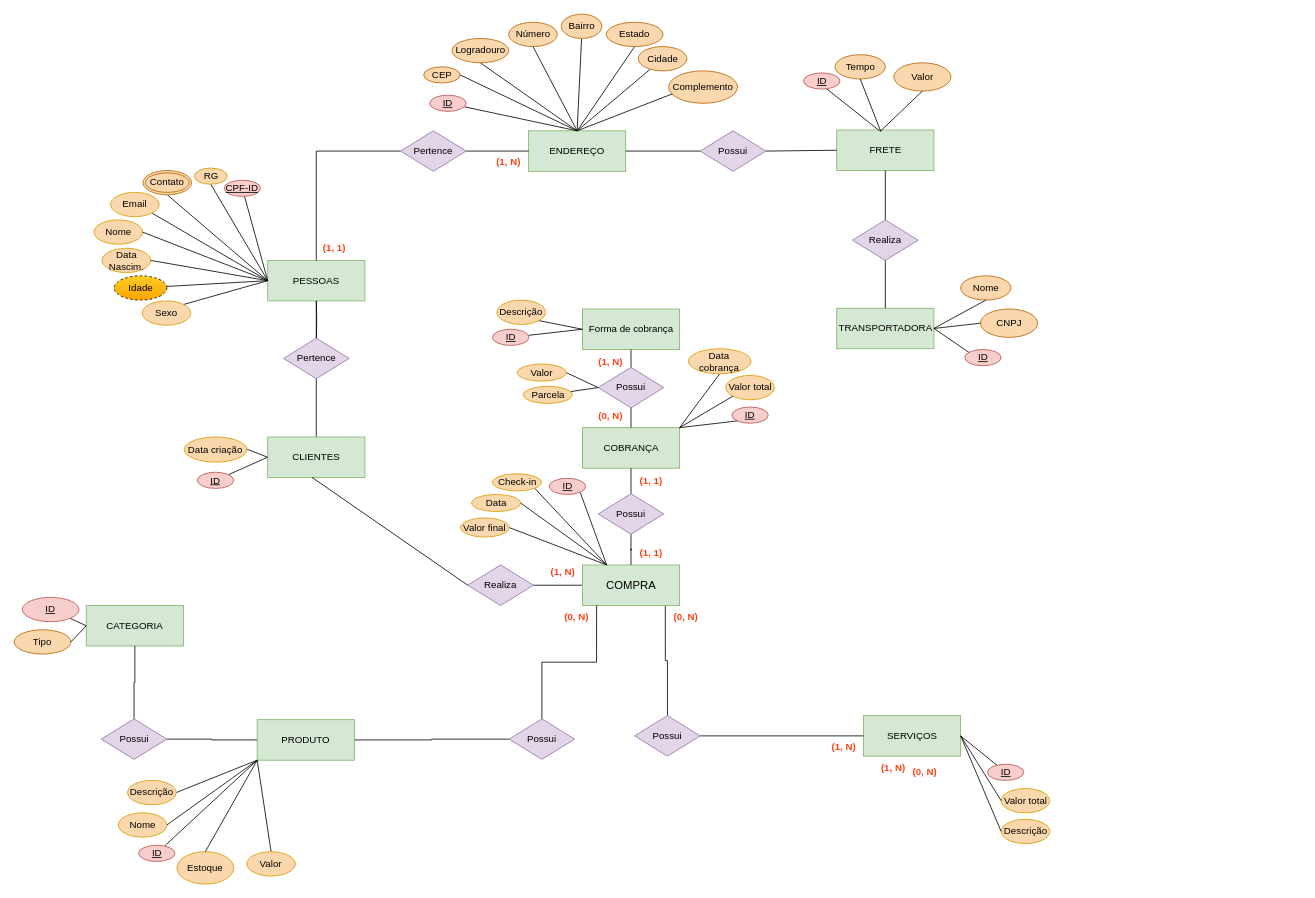
The draw.io diagram Potian.drawio in JoaoVAntunes/PotianDatabase, before the edit. Source tidied: cells renumbered, new cells numbered last; positions are measured from the earlier drawing's top-left corner, leaving out a move shared by most shapes. Both pictures are drawn from the tidied source at 81%, with x=0, y=0 at pixel (14, 14).
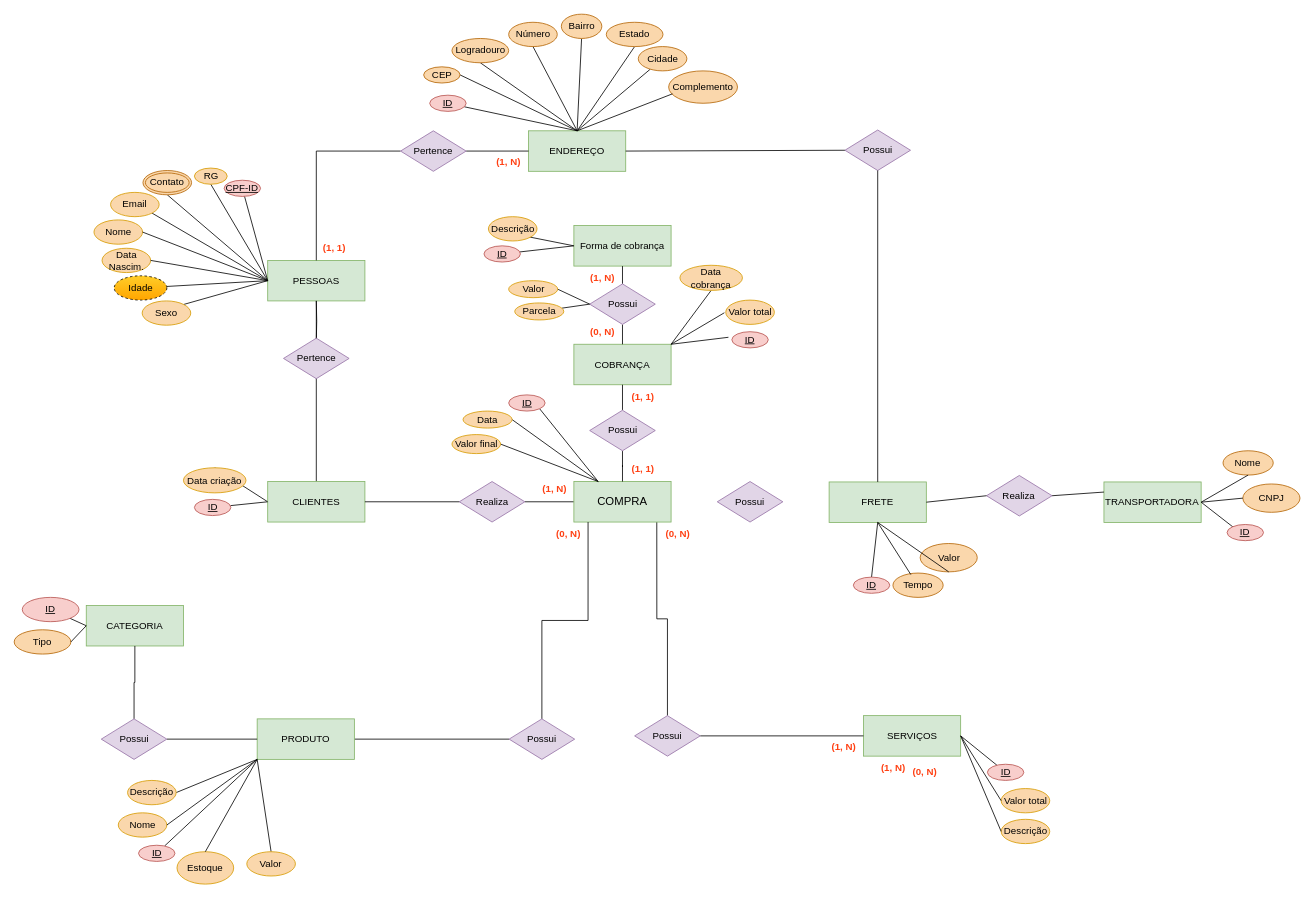
Above is the later version.

The edit, as a diff of the source:
```diff
@@
     <mxCell id="35" value="CLIENTES" style="rounded=0;whiteSpace=wrap;html=1;fillColor=#d5e8d4;strokeColor=#82b366;" parent="1" vertex="1">
-      <mxGeometry x="313" y="522" width="120" height="50" as="geometry" />
+      <mxGeometry x="313" y="577" width="120" height="50" as="geometry" />
     </mxCell>
@@
     <mxCell id="38" value="PRODUTO" style="rounded=0;whiteSpace=wrap;html=1;fillColor=#d5e8d4;strokeColor=#82b366;" parent="1" vertex="1">
-      <mxGeometry x="300" y="871" width="120" height="50" as="geometry" />
+      <mxGeometry x="300" y="870" width="120" height="50" as="geometry" />
     </mxCell>
@@
     <mxCell id="47" value="ID" style="ellipse;whiteSpace=wrap;html=1;align=center;fontStyle=4;fillColor=#f8cecc;strokeColor=#b85450;" parent="1" vertex="1">
-      <mxGeometry x="226.1" y="565.5" width="45" height="20" as="geometry" />
+      <mxGeometry x="222.5" y="599" width="45" height="20" as="geometry" />
     </mxCell>
@@
     <mxCell id="56" value="COBRANÇA" style="rounded=0;whiteSpace=wrap;html=1;fillColor=#d5e8d4;strokeColor=#82b366;" parent="1" vertex="1">
-      <mxGeometry x="701.5" y="510.5" width="120" height="50" as="geometry" />
+      <mxGeometry x="691" y="407.5" width="120" height="50" as="geometry" />
     </mxCell>
-    <mxCell id="57" style="rounded=0;jettySize=auto;html=1;exitX=0;exitY=1;exitDx=0;exitDy=0;entryX=1;entryY=0;entryDx=0;entryDy=0;endArrow=none;endFill=0;" parent="1" edge="1" source="58" target="56">
-      <mxGeometry relative="1" as="geometry" />
+    <mxCell id="57" style="rounded=0;jettySize=auto;html=1;exitX=0;exitY=1;exitDx=0;exitDy=0;entryX=1;entryY=0;entryDx=0;entryDy=0;endArrow=none;endFill=0;" parent="1" edge="1" target="56">
+      <mxGeometry relative="1" as="geometry">
+        <mxPoint x="881.8" y="398.9" as="sourcePoint" />
+      </mxGeometry>
     </mxCell>
     <mxCell id="58" value="ID" style="ellipse;whiteSpace=wrap;html=1;align=center;fontStyle=4;fillColor=#f8cecc;strokeColor=#b85450;" parent="1" vertex="1">
-      <mxGeometry x="886" y="485" width="45" height="20" as="geometry" />
+      <mxGeometry x="886" y="392" width="45" height="20" as="geometry" />
     </mxCell>
@@
     <mxCell id="60" value="Forma de cobrança" style="rounded=0;whiteSpace=wrap;html=1;fillColor=#d5e8d4;strokeColor=#82b366;" parent="1" vertex="1">
-      <mxGeometry x="701.5" y="364" width="120" height="50" as="geometry" />
+      <mxGeometry x="691" y="261" width="120" height="50" as="geometry" />
     </mxCell>
@@
     <mxCell id="64" value="&lt;font style=&quot;font-size: 14px;&quot;&gt;COMPRA&lt;/font&gt;" style="rounded=0;whiteSpace=wrap;html=1;fillColor=#d5e8d4;strokeColor=#82b366;" parent="1" vertex="1">
-      <mxGeometry x="701.5" y="680" width="120" height="50" as="geometry" />
+      <mxGeometry x="691" y="577" width="120" height="50" as="geometry" />
     </mxCell>
@@
     <mxCell id="73" value="Realiza" style="rhombus;whiteSpace=wrap;html=1;fillColor=#e1d5e7;strokeColor=#9673a6;" parent="1" vertex="1">
-      <mxGeometry x="560" y="680" width="81" height="50" as="geometry" />
+      <mxGeometry x="549.5" y="577" width="81" height="50" as="geometry" />
     </mxCell>
-    <mxCell id="74" style="rounded=0;jettySize=auto;html=1;exitX=0.25;exitY=0;exitDx=0;exitDy=0;entryX=1;entryY=1;entryDx=0;entryDy=0;endArrow=none;endFill=0;" parent="1" edge="1" source="64" target="111">
-      <mxGeometry relative="1" as="geometry" />
-    </mxCell>
     <mxCell id="75" value="Possui" style="rhombus;whiteSpace=wrap;html=1;fillColor=#e1d5e7;strokeColor=#9673a6;" parent="1" vertex="1">
-      <mxGeometry x="721" y="592" width="81" height="50" as="geometry" />
+      <mxGeometry x="710.5" y="489" width="81" height="50" as="geometry" />
     </mxCell>
     <mxCell id="76" value="Possui" style="rhombus;whiteSpace=wrap;html=1;fillColor=#e1d5e7;strokeColor=#9673a6;" parent="1" vertex="1">
-      <mxGeometry x="721" y="436" width="81" height="50" as="geometry" />
+      <mxGeometry x="710.5" y="333" width="81" height="50" as="geometry" />
     </mxCell>
@@
     <mxCell id="80" value="&lt;font color=&quot;#ff4013&quot;&gt;(1, N)&lt;/font&gt;" style="text;html=1;align=center;verticalAlign=middle;strokeColor=none;fillColor=none;fontStyle=1;" parent="1" vertex="1">
-      <mxGeometry x="711" y="414" width="50" height="30" as="geometry" />
+      <mxGeometry x="700.5" y="311" width="50" height="30" as="geometry" />
     </mxCell>
     <mxCell id="81" value="&lt;font color=&quot;#ff4013&quot;&gt;(0, N)&lt;/font&gt;" style="text;html=1;align=center;verticalAlign=middle;strokeColor=none;fillColor=none;fontStyle=1;" parent="1" vertex="1">
-      <mxGeometry x="711" y="480.5" width="50" height="30" as="geometry" />
+      <mxGeometry x="700.5" y="377.5" width="50" height="30" as="geometry" />
     </mxCell>
@@
     <mxCell id="84" value="ID" style="ellipse;whiteSpace=wrap;html=1;align=center;fontStyle=4;fillColor=#f8cecc;strokeColor=#b85450;" parent="1" vertex="1">
-      <mxGeometry x="590.5" y="389" width="45" height="20" as="geometry" />
+      <mxGeometry x="580" y="286" width="45" height="20" as="geometry" />
     </mxCell>
@@
     <mxCell id="86" value="Descrição" style="ellipse;whiteSpace=wrap;html=1;fillColor=#FAD7AC;strokeColor=#d79b00;" parent="1" vertex="1">
-      <mxGeometry x="596" y="353" width="60" height="30" as="geometry" />
+      <mxGeometry x="585.5" y="250" width="60" height="30" as="geometry" />
     </mxCell>
     <mxCell id="87" value="Valor total" style="ellipse;whiteSpace=wrap;html=1;fillColor=#FAD7AC;strokeColor=#d79b00;" parent="1" vertex="1">
-      <mxGeometry x="878.5" y="446" width="60" height="30" as="geometry" />
+      <mxGeometry x="878.5" y="353" width="60" height="30" as="geometry" />
     </mxCell>
-    <mxCell id="88" style="rounded=0;jettySize=auto;html=1;exitX=0;exitY=1;exitDx=0;exitDy=0;entryX=1;entryY=0;entryDx=0;entryDy=0;endArrow=none;endFill=0;" parent="1" edge="1" source="87" target="56">
-      <mxGeometry relative="1" as="geometry" />
+    <mxCell id="88" style="rounded=0;jettySize=auto;html=1;exitX=0;exitY=1;exitDx=0;exitDy=0;entryX=1;entryY=0;entryDx=0;entryDy=0;endArrow=none;endFill=0;" parent="1" edge="1" target="56">
+      <mxGeometry relative="1" as="geometry">
+        <mxPoint x="876.8" y="368.6" as="sourcePoint" />
+      </mxGeometry>
     </mxCell>
@@
     <mxCell id="90" value="Data cobrança" style="ellipse;whiteSpace=wrap;html=1;fillColor=#FAD7AC;strokeColor=#d79b00;" parent="1" vertex="1">
-      <mxGeometry x="832.4" y="413" width="77.2" height="31" as="geometry" />
+      <mxGeometry x="821.9" y="310" width="77.2" height="31" as="geometry" />
     </mxCell>
     <mxCell id="91" value="&lt;font color=&quot;#ff4013&quot;&gt;(1, N)&lt;/font&gt;" style="text;html=1;align=center;verticalAlign=middle;strokeColor=none;fillColor=none;fontStyle=1;" parent="1" vertex="1">
-      <mxGeometry x="652" y="674" width="50" height="30" as="geometry" />
+      <mxGeometry x="641.5" y="571" width="50" height="30" as="geometry" />
     </mxCell>
     <mxCell id="92" value="&lt;font color=&quot;#ff4013&quot;&gt;(0, N)&lt;/font&gt;" style="text;html=1;align=center;verticalAlign=middle;strokeColor=none;fillColor=none;fontStyle=1;" parent="1" vertex="1">
-      <mxGeometry x="669" y="730" width="50" height="30" as="geometry" />
+      <mxGeometry x="658.5" y="627" width="50" height="30" as="geometry" />
     </mxCell>
     <mxCell id="93" value="&lt;font color=&quot;#ff4013&quot;&gt;(1, 1)&lt;/font&gt;" style="text;html=1;align=center;verticalAlign=middle;strokeColor=none;fillColor=none;fontStyle=1;" parent="1" vertex="1">
-      <mxGeometry x="761" y="560.5" width="50" height="30" as="geometry" />
+      <mxGeometry x="750.5" y="457.5" width="50" height="30" as="geometry" />
     </mxCell>
     <mxCell id="94" value="&lt;font color=&quot;#ff4013&quot;&gt;(1, 1)&lt;/font&gt;" style="text;html=1;align=center;verticalAlign=middle;strokeColor=none;fillColor=none;fontStyle=1;" parent="1" vertex="1">
-      <mxGeometry x="761" y="650" width="50" height="30" as="geometry" />
+      <mxGeometry x="750.5" y="547" width="50" height="30" as="geometry" />
     </mxCell>
     <mxCell id="95" value="&lt;font color=&quot;#ff4013&quot;&gt;(0, N)&lt;/font&gt;" style="text;html=1;align=center;verticalAlign=middle;strokeColor=none;fillColor=none;fontStyle=1;" parent="1" vertex="1">
-      <mxGeometry x="804" y="730" width="50" height="30" as="geometry" />
+      <mxGeometry x="793.5" y="627" width="50" height="30" as="geometry" />
     </mxCell>
@@
     <mxCell id="102" value="Valor" style="ellipse;whiteSpace=wrap;html=1;fillColor=#FAD7AC;strokeColor=#d79b00;" parent="1" vertex="1">
-      <mxGeometry x="621" y="432" width="60.5" height="21" as="geometry" />
+      <mxGeometry x="610.5" y="329" width="60.5" height="21" as="geometry" />
     </mxCell>
@@
     <mxCell id="104" value="Parcela" style="ellipse;whiteSpace=wrap;html=1;fillColor=#FAD7AC;strokeColor=#d79b00;" parent="1" vertex="1">
-      <mxGeometry x="628.5" y="459.5" width="60.5" height="21" as="geometry" />
+      <mxGeometry x="618" y="356.5" width="60.5" height="21" as="geometry" />
     </mxCell>
@@
     <mxCell id="108" value="Data criação" style="ellipse;whiteSpace=wrap;html=1;fillColor=#FAD7AC;strokeColor=#d79b00;" parent="1" vertex="1">
-      <mxGeometry x="210" y="522" width="77.2" height="31" as="geometry" />
+      <mxGeometry x="209" y="560" width="77.2" height="31" as="geometry" />
     </mxCell>
@@
     <mxCell id="110" value="ID" style="ellipse;whiteSpace=wrap;html=1;align=center;fontStyle=4;fillColor=#f8cecc;strokeColor=#b85450;" parent="1" vertex="1">
-      <mxGeometry x="660.5" y="573" width="45" height="20" as="geometry" />
+      <mxGeometry x="610.5" y="470" width="45" height="20" as="geometry" />
     </mxCell>
-    <mxCell id="111" value="Check-in" style="ellipse;whiteSpace=wrap;html=1;fillColor=#FAD7AC;strokeColor=#d79b00;" parent="1" vertex="1">
-      <mxGeometry x="590.5" y="567.5" width="60.5" height="21" as="geometry" />
-    </mxCell>
@@
     <mxCell id="113" value="Data" style="ellipse;whiteSpace=wrap;html=1;fillColor=#FAD7AC;strokeColor=#d79b00;" parent="1" vertex="1">
-      <mxGeometry x="564.8" y="593" width="60.5" height="21" as="geometry" />
+      <mxGeometry x="554.2" y="490" width="60.5" height="21" as="geometry" />
     </mxCell>
@@
     <mxCell id="115" value="Valor final" style="ellipse;whiteSpace=wrap;html=1;fillColor=#FAD7AC;strokeColor=#d79b00;" parent="1" vertex="1">
-      <mxGeometry x="551" y="622" width="60" height="23.5" as="geometry" />
+      <mxGeometry x="540.5" y="519" width="60" height="23.5" as="geometry" />
     </mxCell>
@@
     <mxCell id="123" value="FRETE" style="rounded=0;whiteSpace=wrap;html=1;fillColor=#d5e8d4;strokeColor=#82b366;" parent="1" vertex="1">
-      <mxGeometry x="1015.5" y="143" width="120" height="50" as="geometry" />
+      <mxGeometry x="1006.1" y="577.5" width="120" height="50" as="geometry" />
     </mxCell>
     <mxCell id="124" value="Possui" style="rhombus;whiteSpace=wrap;html=1;fillColor=#e1d5e7;strokeColor=#9673a6;" parent="1" vertex="1">
-      <mxGeometry x="847" y="144" width="81" height="50" as="geometry" />
+      <mxGeometry x="1025.6" y="143" width="81" height="50" as="geometry" />
     </mxCell>
@@
-    <mxCell id="126" style="endArrow=none;html=1;rounded=0;entryX=0;entryY=0.5;entryDx=0;entryDy=0;exitX=1;exitY=0.5;exitDx=0;exitDy=0;" parent="1" edge="1" source="124" target="123">
+    <mxCell id="126" style="endArrow=none;html=1;rounded=0;entryX=0.5;entryY=0;entryDx=0;entryDy=0;exitX=0.5;exitY=1;exitDx=0;exitDy=0;" parent="1" edge="1" source="124" target="123">
       <mxGeometry relative="1" as="geometry" />
     </mxCell>
     <mxCell id="127" value="Valor" style="ellipse;whiteSpace=wrap;html=1;shadow=0;fillColor=#fad7ac;strokeColor=#b46504;" parent="1" vertex="1">
-      <mxGeometry x="1086" y="60" width="70.5" height="35" as="geometry" />
+      <mxGeometry x="1118.5" y="653.5" width="70.5" height="35" as="geometry" />
     </mxCell>
     <mxCell id="128" value="Tempo" style="ellipse;whiteSpace=wrap;html=1;shadow=0;fillColor=#fad7ac;strokeColor=#b46504;" parent="1" vertex="1">
-      <mxGeometry x="1013.5" y="50" width="62" height="30" as="geometry" />
+      <mxGeometry x="1084.9" y="690" width="62" height="30" as="geometry" />
     </mxCell>
-    <mxCell id="129" style="endArrow=none;html=1;rounded=0;entryX=0.616;entryY=0.95;entryDx=0;entryDy=0;exitX=0.441;exitY=0.02;exitDx=0;exitDy=0;exitPerimeter=0;entryPerimeter=0;" parent="1" edge="1" source="123" target="132">
+    <mxCell id="129" style="endArrow=none;html=1;rounded=0;entryX=0.5;entryY=0;entryDx=0;entryDy=0;exitX=0.5;exitY=1;exitDx=0;exitDy=0;" parent="1" edge="1" source="123" target="132">
       <mxGeometry relative="1" as="geometry" />
     </mxCell>
-    <mxCell id="130" style="endArrow=none;html=1;rounded=0;entryX=0.5;entryY=1;entryDx=0;entryDy=0;exitX=0.453;exitY=0.034;exitDx=0;exitDy=0;exitPerimeter=0;" parent="1" edge="1" source="123" target="128">
+    <mxCell id="130" style="endArrow=none;html=1;rounded=0;entryX=0.356;entryY=0.061;entryDx=0;entryDy=0;exitX=0.5;exitY=1;exitDx=0;exitDy=0;entryPerimeter=0;" parent="1" edge="1" source="123" target="128">
       <mxGeometry relative="1" as="geometry" />
     </mxCell>
-    <mxCell id="131" style="endArrow=none;html=1;rounded=0;entryX=0.5;entryY=1;entryDx=0;entryDy=0;exitX=0.447;exitY=0.034;exitDx=0;exitDy=0;exitPerimeter=0;" parent="1" edge="1" source="123" target="127">
+    <mxCell id="131" style="endArrow=none;html=1;rounded=0;entryX=0.5;entryY=1;entryDx=0;entryDy=0;exitX=0.5;exitY=1;exitDx=0;exitDy=0;" parent="1" edge="1" source="123" target="127">
       <mxGeometry relative="1" as="geometry" />
     </mxCell>
     <mxCell id="132" value="ID" style="ellipse;whiteSpace=wrap;html=1;align=center;fontStyle=4;fillColor=#f8cecc;strokeColor=#b85450;" parent="1" vertex="1">
-      <mxGeometry x="974.5" y="72.5" width="45" height="20" as="geometry" />
+      <mxGeometry x="1036" y="695" width="45" height="20" as="geometry" />
     </mxCell>
@@
-    <mxCell id="134" style="endArrow=none;html=1;rounded=0;entryX=0.456;entryY=0.997;entryDx=0;entryDy=0;entryPerimeter=0;exitX=0;exitY=0.5;exitDx=0;exitDy=0;" parent="1" edge="1" source="73" target="35">
+    <mxCell id="134" style="endArrow=none;html=1;rounded=0;entryX=1;entryY=0.5;entryDx=0;entryDy=0;exitX=0;exitY=0.5;exitDx=0;exitDy=0;" parent="1" edge="1" source="73" target="35">
       <mxGeometry relative="1" as="geometry" />
     </mxCell>
     <mxCell id="135" value="TRANSPORTADORA" style="rounded=0;whiteSpace=wrap;html=1;fillColor=#d5e8d4;strokeColor=#82b366;" parent="1" vertex="1">
-      <mxGeometry x="1015.5" y="363" width="120" height="50" as="geometry" />
+      <mxGeometry x="1345.4" y="577.5" width="120" height="50" as="geometry" />
     </mxCell>
     <mxCell id="136" value="CNPJ" style="ellipse;whiteSpace=wrap;html=1;shadow=0;fillColor=#fad7ac;strokeColor=#b46504;" parent="1" vertex="1">
-      <mxGeometry x="1193" y="364" width="70.5" height="35" as="geometry" />
+      <mxGeometry x="1516.9" y="580" width="70.5" height="35" as="geometry" />
     </mxCell>
     <mxCell id="137" value="Nome" style="ellipse;whiteSpace=wrap;html=1;shadow=0;fillColor=#fad7ac;strokeColor=#b46504;" parent="1" vertex="1">
-      <mxGeometry x="1168.5" y="323" width="62" height="30" as="geometry" />
+      <mxGeometry x="1492.4" y="539" width="62" height="30" as="geometry" />
     </mxCell>
@@
     <mxCell id="141" value="ID" style="ellipse;whiteSpace=wrap;html=1;align=center;fontStyle=4;fillColor=#f8cecc;strokeColor=#b85450;" parent="1" vertex="1">
-      <mxGeometry x="1173.5" y="414" width="45" height="20" as="geometry" />
+      <mxGeometry x="1497.4" y="630" width="45" height="20" as="geometry" />
     </mxCell>
     <mxCell id="142" value="Realiza" style="rhombus;whiteSpace=wrap;html=1;fillColor=#e1d5e7;strokeColor=#9673a6;" parent="1" vertex="1">
-      <mxGeometry x="1035" y="254" width="81" height="50" as="geometry" />
+      <mxGeometry x="1200.4" y="569.5" width="81" height="50" as="geometry" />
     </mxCell>
-    <mxCell id="143" style="endArrow=none;html=1;rounded=0;entryX=0.5;entryY=0;entryDx=0;entryDy=0;exitX=0.5;exitY=1;exitDx=0;exitDy=0;" parent="1" edge="1" source="142" target="135">
+    <mxCell id="143" style="endArrow=none;html=1;rounded=0;entryX=0;entryY=0.25;entryDx=0;entryDy=0;exitX=1;exitY=0.5;exitDx=0;exitDy=0;" parent="1" edge="1" source="142" target="135">
       <mxGeometry relative="1" as="geometry" />
     </mxCell>
-    <mxCell id="144" style="endArrow=none;html=1;rounded=0;entryX=0.5;entryY=1;entryDx=0;entryDy=0;exitX=0.5;exitY=0;exitDx=0;exitDy=0;" parent="1" edge="1" source="142" target="123">
+    <mxCell id="144" style="endArrow=none;html=1;rounded=0;entryX=1;entryY=0.5;entryDx=0;entryDy=0;exitX=0;exitY=0.5;exitDx=0;exitDy=0;" parent="1" edge="1" source="142" target="123">
       <mxGeometry relative="1" as="geometry" />
     </mxCell>
+    <mxCell id="145" value="Possui" style="rhombus;whiteSpace=wrap;html=1;fillColor=#e1d5e7;strokeColor=#9673a6;" parent="1" vertex="1">
+      <mxGeometry x="868" y="577" width="81" height="50" as="geometry" />
+    </mxCell>
```
